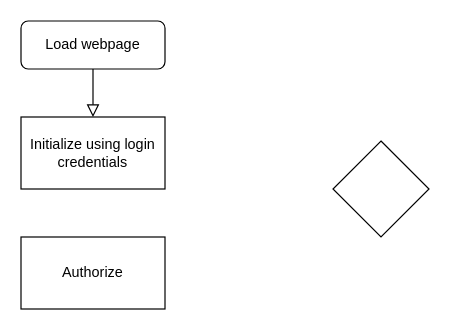
This is UML & Flowcharts/overall_flowchart.drawio from denBruneBarone/P2, a draw.io file, before an edit. Source tidied: cells renumbered, new cells numbered last; positions are measured from the earlier drawing's top-left corner, leaving out a move shared by most shapes. Both pictures are drawn from the tidied source at 120%, with x=0, y=0 at pixel (20, 20).
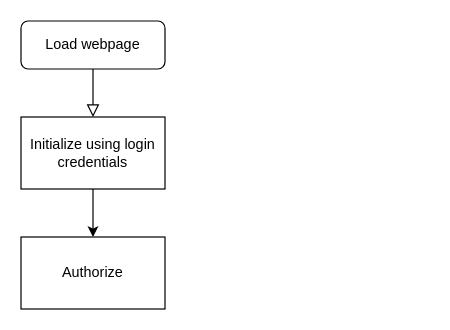
The same page after the edit.

What changed in the source:
```diff
@@
 <mxGraphModel>
   <root>
     <mxCell id="0" />
     <mxCell id="1" parent="0" />
     <mxCell id="2" style="rounded=0;html=1;jettySize=auto;fontSize=11;endArrow=block;endFill=0;endSize=8;strokeWidth=1;shadow=0;labelBackgroundColor=none;edgeStyle=orthogonalEdgeStyle;" parent="1" edge="1" source="3" target="4">
       <mxGeometry relative="1" as="geometry" />
     </mxCell>
     <mxCell id="3" value="Load webpage" style="rounded=1;whiteSpace=wrap;html=1;fontSize=12;glass=0;strokeWidth=1;shadow=0;" parent="1" vertex="1">
       <mxGeometry width="120" height="40" as="geometry" />
     </mxCell>
+    <mxCell id="7" style="edgeStyle=orthogonalEdgeStyle;rounded=0;jettySize=auto;html=1;exitX=0.5;exitY=1;exitDx=0;exitDy=0;entryX=0.5;entryY=0;entryDx=0;entryDy=0;" parent="1" edge="1" source="4" target="5">
+      <mxGeometry relative="1" as="geometry" />
+    </mxCell>
     <mxCell id="4" value="Initialize using login credentials" style="rounded=0;whiteSpace=wrap;html=1;" parent="1" vertex="1">
       <mxGeometry y="80" width="120" height="60" as="geometry" />
     </mxCell>
     <mxCell id="5" value="Authorize" style="rounded=0;whiteSpace=wrap;html=1;" parent="1" vertex="1">
       <mxGeometry y="180" width="120" height="60" as="geometry" />
     </mxCell>
-    <mxCell id="6" style="rhombus;whiteSpace=wrap;html=1;" parent="1" vertex="1">
-      <mxGeometry x="260" y="100" width="80" height="80" as="geometry" />
-    </mxCell>
   </root>
 </mxGraphModel>
```
